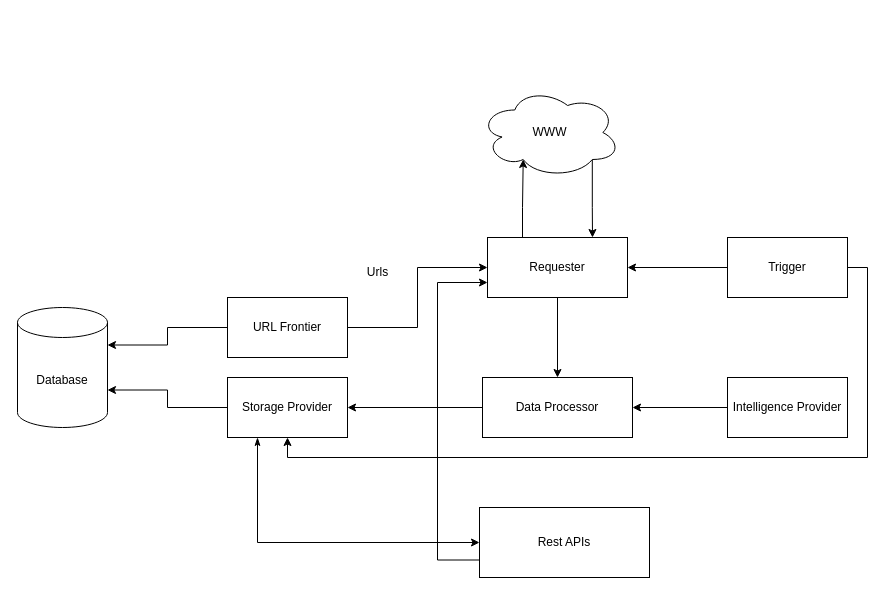
dashbikash/vidura-sense keeps this draw.io diagram as docs/diagrams/SystemDiagram.drawio. Above is the earlier version. Source tidied: cells renumbered, new cells numbered last; positions are measured from the earlier drawing's top-left corner, leaving out a move shared by most shapes. Both pictures are drawn from the tidied source at 100%, with x=0, y=0 at pixel (17, 87).
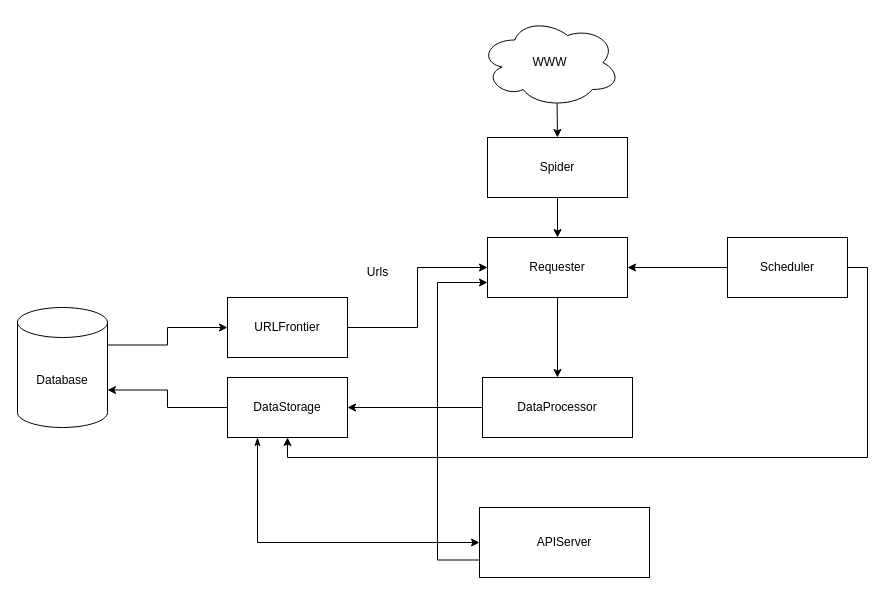
The same page after the edit.

Unchanged cells that the change refers to:
```xml
<mxCell id="4" value="Database" style="shape=cylinder3;whiteSpace=wrap;html=1;boundedLbl=1;backgroundOutline=1;size=15;" parent="1" vertex="1">
  <mxGeometry y="220" width="90" height="120" as="geometry" />
</mxCell>
<mxCell id="13" value="Requester" style="rounded=0;whiteSpace=wrap;html=1;" parent="1" vertex="1">
  <mxGeometry x="470" y="150" width="140" height="60" as="geometry" />
</mxCell>
```

The edit, as a diff of the source:
```diff
@@
-    <mxCell id="2" style="edgeStyle=orthogonalEdgeStyle;rounded=0;jettySize=auto;html=1;exitX=0.8;exitY=0.8;exitDx=0;exitDy=0;exitPerimeter=0;entryX=0.75;entryY=0;entryDx=0;entryDy=0;" parent="1" edge="1" source="3" target="13">
-      <mxGeometry relative="1" as="geometry" />
-    </mxCell>
+    <mxCell id="24" style="edgeStyle=orthogonalEdgeStyle;rounded=0;jettySize=auto;html=1;exitX=0.55;exitY=0.95;exitDx=0;exitDy=0;exitPerimeter=0;entryX=0.5;entryY=0;entryDx=0;entryDy=0;" parent="1" edge="1" source="3" target="27">
+      <mxGeometry relative="1" as="geometry" />
+    </mxCell>
     <mxCell id="3" value="WWW" style="ellipse;shape=cloud;whiteSpace=wrap;html=1;" parent="1" vertex="1">
-      <mxGeometry x="462" width="141" height="90" as="geometry" />
+      <mxGeometry x="462" y="-70" width="141" height="90" as="geometry" />
     </mxCell>
+    <mxCell id="25" style="edgeStyle=orthogonalEdgeStyle;rounded=0;jettySize=auto;html=1;exitX=1;exitY=0;exitDx=0;exitDy=37.5;exitPerimeter=0;" parent="1" edge="1" source="4" target="7">
+      <mxGeometry relative="1" as="geometry" />
+    </mxCell>
@@
-    <mxCell id="6" style="edgeStyle=orthogonalEdgeStyle;rounded=0;jettySize=auto;html=1;exitX=0;exitY=0.5;exitDx=0;exitDy=0;entryX=1;entryY=0;entryDx=0;entryDy=37.5;entryPerimeter=0;" parent="1" edge="1" source="7" target="4">
-      <mxGeometry relative="1" as="geometry" />
-    </mxCell>
-    <mxCell id="7" value="URL Frontier" style="rounded=0;whiteSpace=wrap;html=1;" parent="1" vertex="1">
+    <mxCell id="7" value="URLFrontier" style="rounded=0;whiteSpace=wrap;html=1;" parent="1" vertex="1">
       <mxGeometry x="210" y="210" width="120" height="60" as="geometry" />
     </mxCell>
@@
-    <mxCell id="10" value="Storage Provider" style="rounded=0;whiteSpace=wrap;html=1;" parent="1" vertex="1">
+    <mxCell id="10" value="DataStorage" style="rounded=0;whiteSpace=wrap;html=1;" parent="1" vertex="1">
       <mxGeometry x="210" y="290" width="120" height="60" as="geometry" />
     </mxCell>
-    <mxCell id="11" style="edgeStyle=orthogonalEdgeStyle;rounded=0;jettySize=auto;html=1;exitX=0.25;exitY=0;exitDx=0;exitDy=0;entryX=0.31;entryY=0.8;entryDx=0;entryDy=0;entryPerimeter=0;" parent="1" edge="1" source="13" target="3">
-      <mxGeometry relative="1" as="geometry" />
-    </mxCell>
@@
-    <mxCell id="15" value="Data Processor" style="rounded=0;whiteSpace=wrap;html=1;" parent="1" vertex="1">
+    <mxCell id="15" value="DataProcessor" style="rounded=0;whiteSpace=wrap;html=1;" parent="1" vertex="1">
       <mxGeometry x="465" y="290" width="150" height="60" as="geometry" />
     </mxCell>
@@
-    <mxCell id="19" value="Trigger" style="rounded=0;whiteSpace=wrap;html=1;" parent="1" vertex="1">
+    <mxCell id="19" value="Scheduler" style="rounded=0;whiteSpace=wrap;html=1;" parent="1" vertex="1">
       <mxGeometry x="710" y="150" width="120" height="60" as="geometry" />
     </mxCell>
-    <mxCell id="20" style="edgeStyle=orthogonalEdgeStyle;rounded=0;jettySize=auto;html=1;exitX=0;exitY=0.5;exitDx=0;exitDy=0;entryX=1;entryY=0.5;entryDx=0;entryDy=0;" parent="1" edge="1" source="21" target="15">
-      <mxGeometry relative="1" as="geometry" />
-    </mxCell>
-    <mxCell id="21" value="Intelligence Provider" style="rounded=0;whiteSpace=wrap;html=1;" parent="1" vertex="1">
-      <mxGeometry x="710" y="290" width="120" height="60" as="geometry" />
-    </mxCell>
@@
-    <mxCell id="23" value="Rest APIs" style="rounded=0;whiteSpace=wrap;html=1;" parent="1" vertex="1">
+    <mxCell id="23" value="APIServer" style="rounded=0;whiteSpace=wrap;html=1;" parent="1" vertex="1">
       <mxGeometry x="462" y="420" width="170" height="70" as="geometry" />
     </mxCell>
+    <mxCell id="26" style="edgeStyle=orthogonalEdgeStyle;rounded=0;jettySize=auto;html=1;exitX=0.5;exitY=1;exitDx=0;exitDy=0;entryX=0.5;entryY=0;entryDx=0;entryDy=0;" parent="1" edge="1" source="27" target="13">
+      <mxGeometry relative="1" as="geometry" />
+    </mxCell>
+    <mxCell id="27" value="Spider" style="rounded=0;whiteSpace=wrap;html=1;" parent="1" vertex="1">
+      <mxGeometry x="470" y="50" width="140" height="60" as="geometry" />
+    </mxCell>
```
